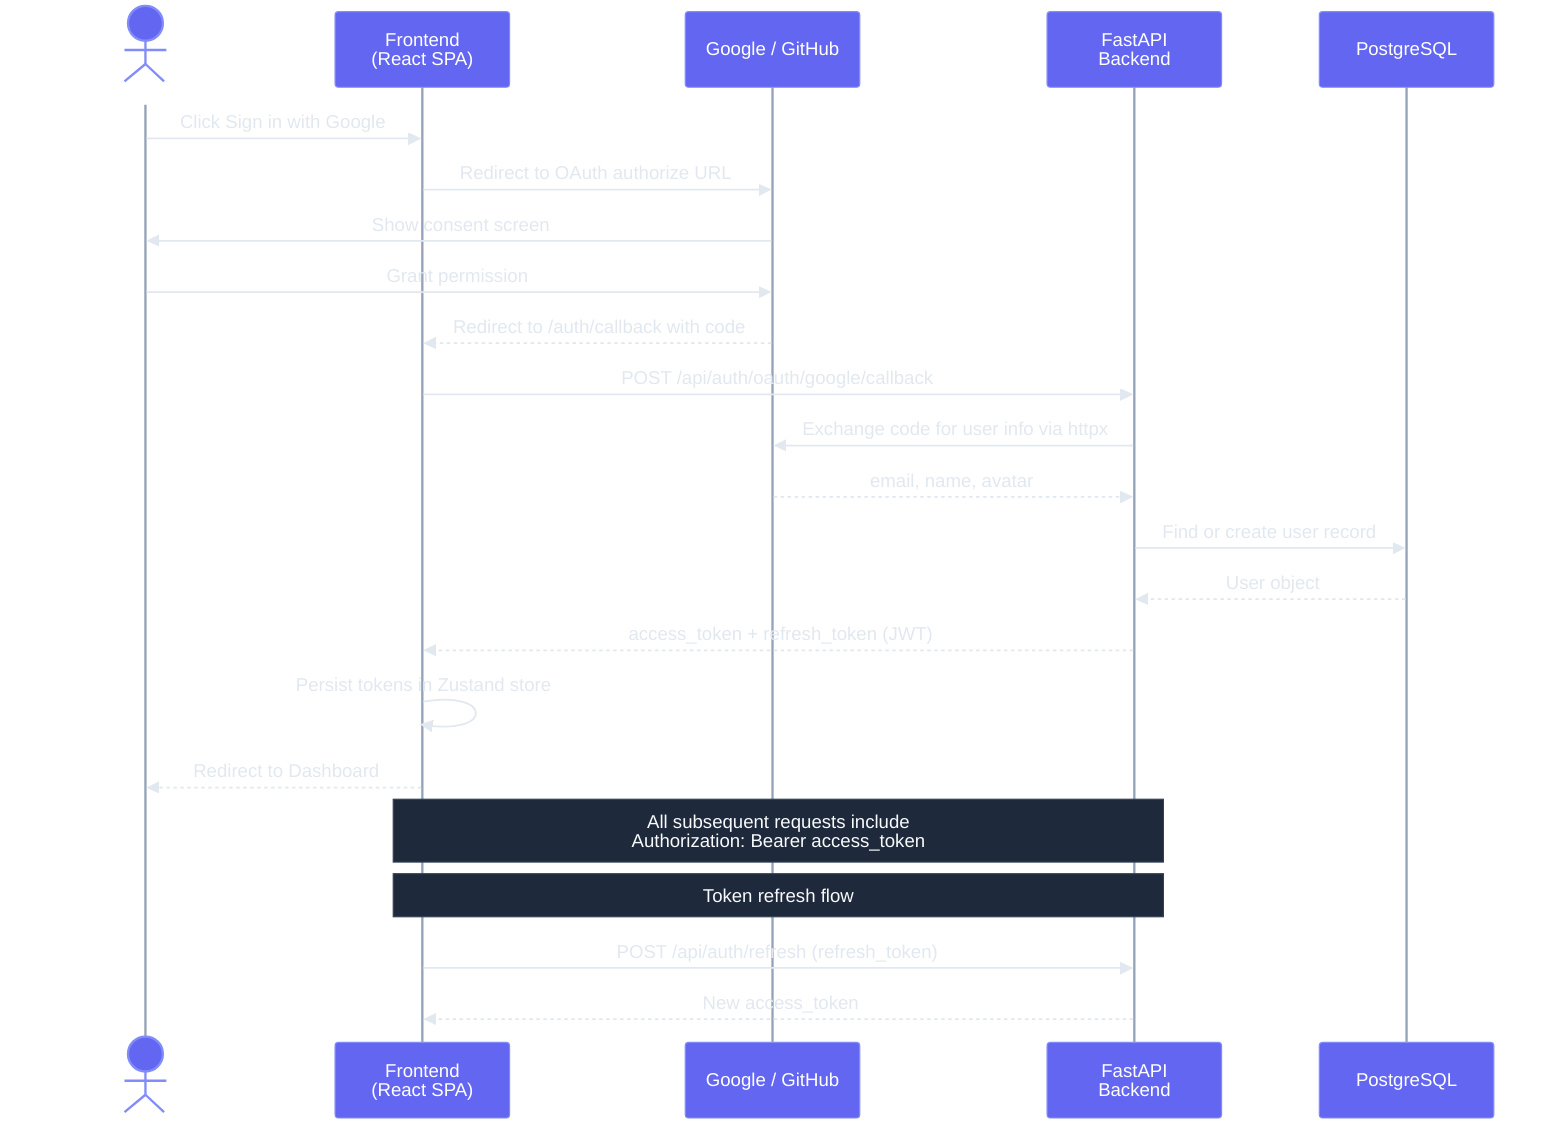
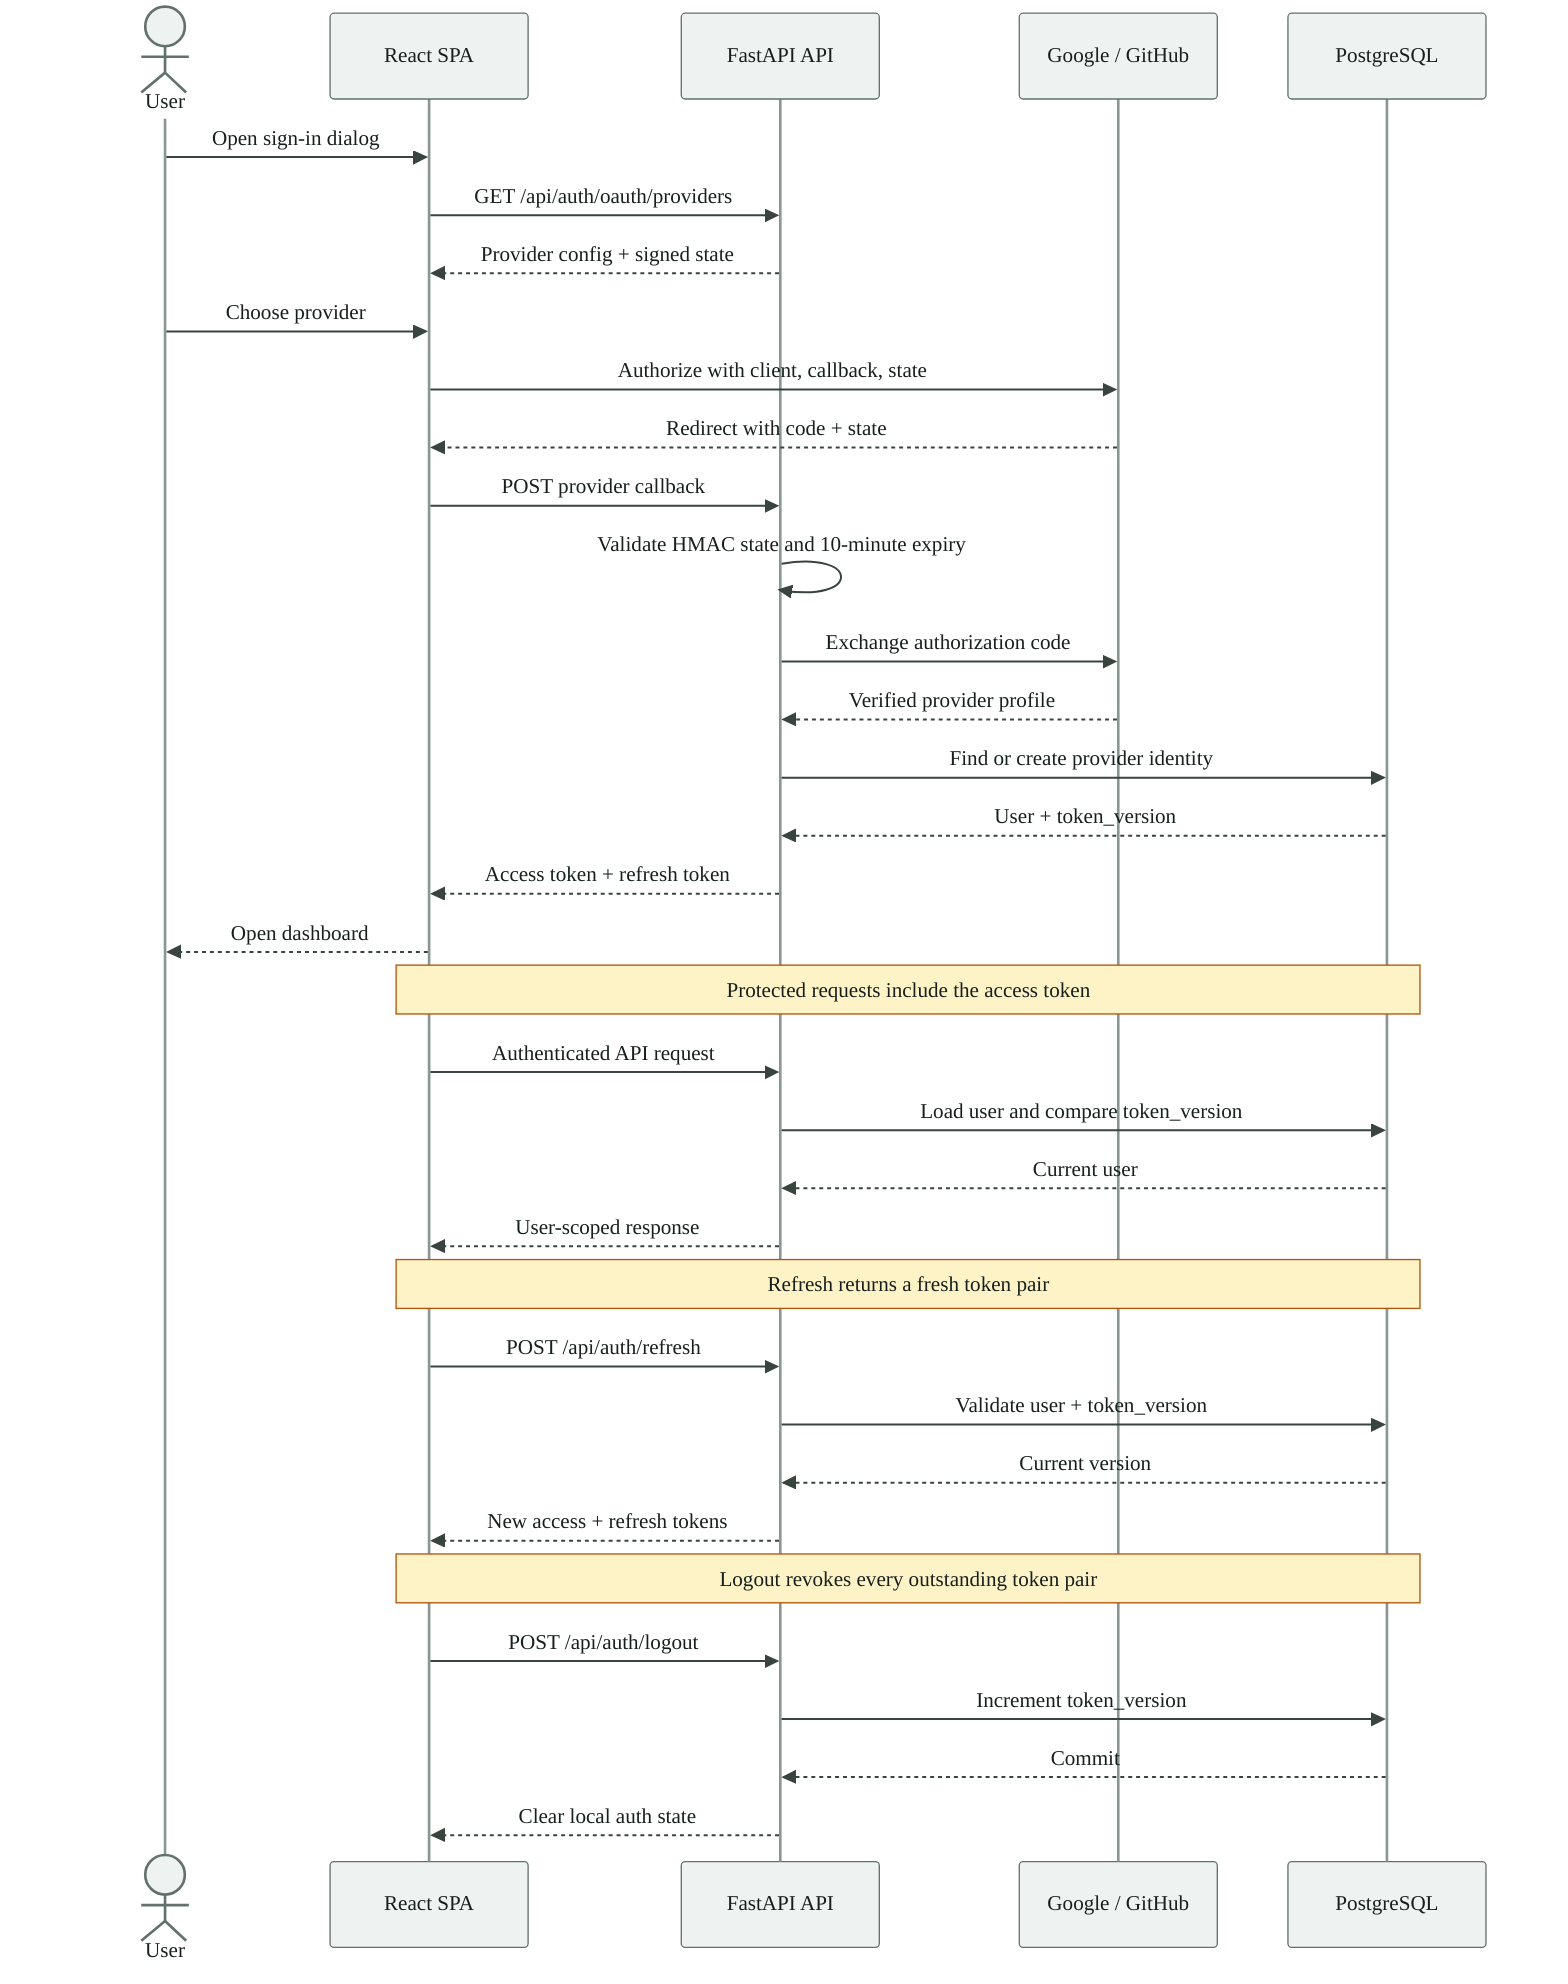
- %%{init: {'theme': 'dark', 'themeVariables': {'actorBkg': '#6366f1', 'actorTextColor': '#fff', 'actorBorder': '#818cf8', 'actorLineColor': '#94a3b8', 'signalColor': '#e2e8f0', 'signalTextColor': '#e2e8f0', 'labelBoxBkgColor': '#1e293b', 'labelBoxBorderColor': '#334155', 'labelTextColor': '#f8fafc', 'loopTextColor': '#f8fafc', 'activationBorderColor': '#6366f1', 'activationBkgColor': '#312e81', 'sequenceNumberColor': '#fff', 'noteBkgColor': '#1e293b', 'noteBorderColor': '#334155', 'noteTextColor': '#f8fafc', 'background': '#0f172a', 'mainBkg': '#1e293b'}}}%%
+ %%{init: {'theme': 'base', 'themeVariables': {'fontFamily': 'Arial, sans-serif', 'actorBkg': '#eef2f1', 'actorTextColor': '#17201d', 'actorBorder': '#63716c', 'actorLineColor': '#8a9691', 'signalColor': '#39443f', 'signalTextColor': '#17201d', 'labelBoxBkgColor': '#f1f3f1', 'labelBoxBorderColor': '#b5bdb9', 'labelTextColor': '#17201d', 'loopTextColor': '#17201d', 'activationBorderColor': '#2563eb', 'activationBkgColor': '#dbeafe', 'sequenceNumberColor': '#17201d', 'noteBkgColor': '#fef3c7', 'noteBorderColor': '#b45309', 'noteTextColor': '#17201d', 'background': '#f7f7f5', 'mainBkg': '#f7f7f5'}}}%%
sequenceDiagram
    actor U as User
-     participant F as Frontend<br/>(React SPA)
+     participant F as React SPA
+     participant B as FastAPI API
    participant P as Google / GitHub
-     participant B as FastAPI<br/>Backend
    participant D as PostgreSQL

-     U->>F: Click Sign in with Google
-     F->>P: Redirect to OAuth authorize URL
-     P->>U: Show consent screen
-     U->>P: Grant permission
-     P-->>F: Redirect to /auth/callback with code
-     F->>B: POST /api/auth/oauth/google/callback
-     B->>P: Exchange code for user info via httpx
-     P-->>B: email, name, avatar
-     B->>D: Find or create user record
-     D-->>B: User object
-     B-->>F: access_token + refresh_token (JWT)
-     F->>F: Persist tokens in Zustand store
-     F-->>U: Redirect to Dashboard
+     U->>F: Open sign-in dialog
+     F->>B: GET /api/auth/oauth/providers
+     B-->>F: Provider config + signed state
+     U->>F: Choose provider
+     F->>P: Authorize with client, callback, state
+     P-->>F: Redirect with code + state
+     F->>B: POST provider callback
+     B->>B: Validate HMAC state and 10-minute expiry
+     B->>P: Exchange authorization code
+     P-->>B: Verified provider profile
+     B->>D: Find or create provider identity
+     D-->>B: User + token_version
+     B-->>F: Access token + refresh token
+     F-->>U: Open dashboard

-     Note over F,B: All subsequent requests include<br/>Authorization: Bearer access_token
+     Note over F,D: Protected requests include the access token
+     F->>B: Authenticated API request
+     B->>D: Load user and compare token_version
+     D-->>B: Current user
+     B-->>F: User-scoped response

-     Note over F,B: Token refresh flow
-     F->>B: POST /api/auth/refresh (refresh_token)
-     B-->>F: New access_token
+     Note over F,D: Refresh returns a fresh token pair
+     F->>B: POST /api/auth/refresh
+     B->>D: Validate user + token_version
+     D-->>B: Current version
+     B-->>F: New access + refresh tokens
+ 
+     Note over F,D: Logout revokes every outstanding token pair
+     F->>B: POST /api/auth/logout
+     B->>D: Increment token_version
+     D-->>B: Commit
+     B-->>F: Clear local auth state
